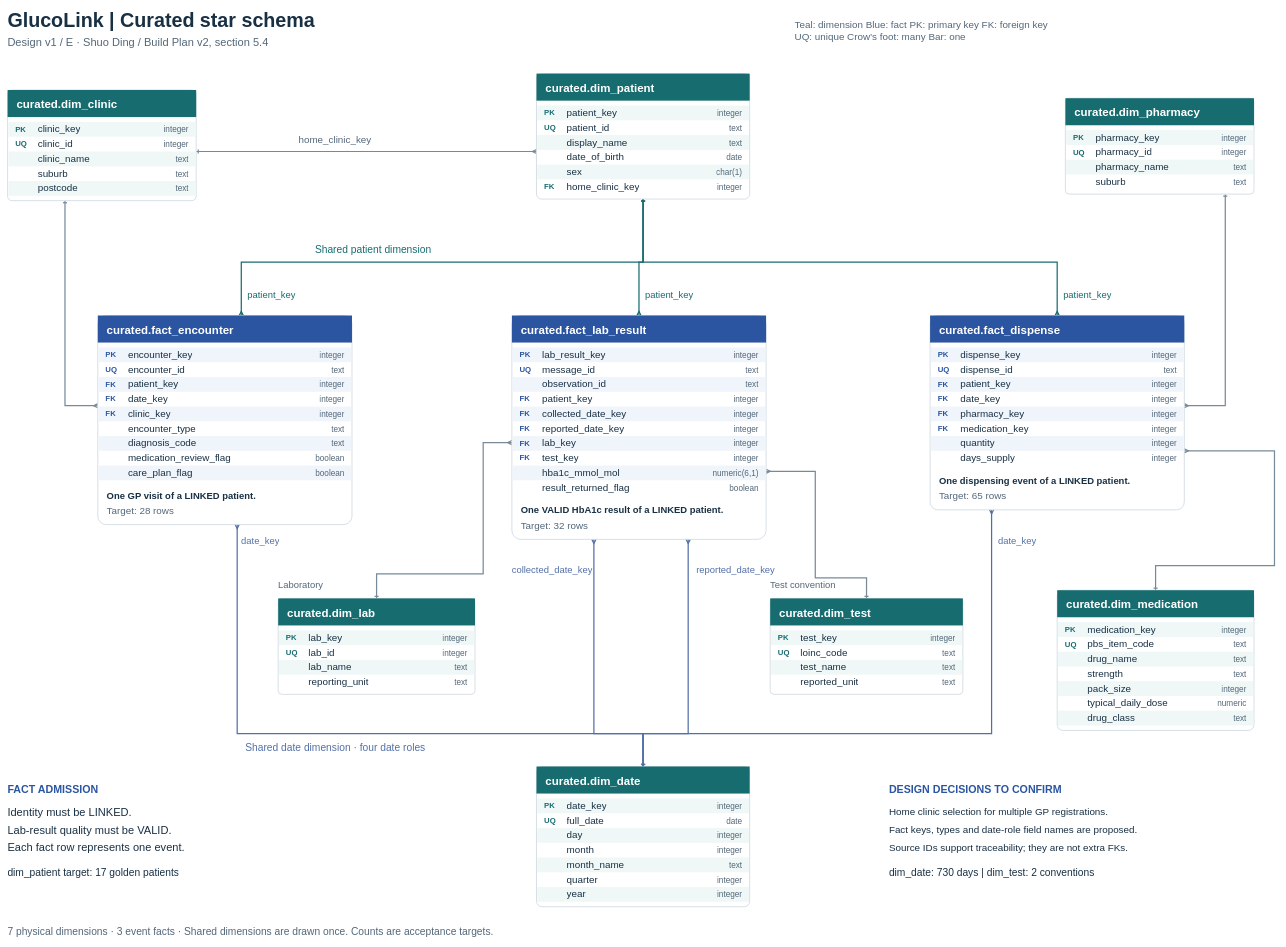
Above: docs/star_schema_v1.drawio in LyphardRover/glucolink-a2 (draw.io), before the change. Source tidied: cells renumbered, new cells numbered last; positions are measured from the earlier drawing's top-left corner, leaving out a move shared by most shapes. Both pictures are drawn from the tidied source at 41%, with x=0, y=0 at pixel (7, 7).
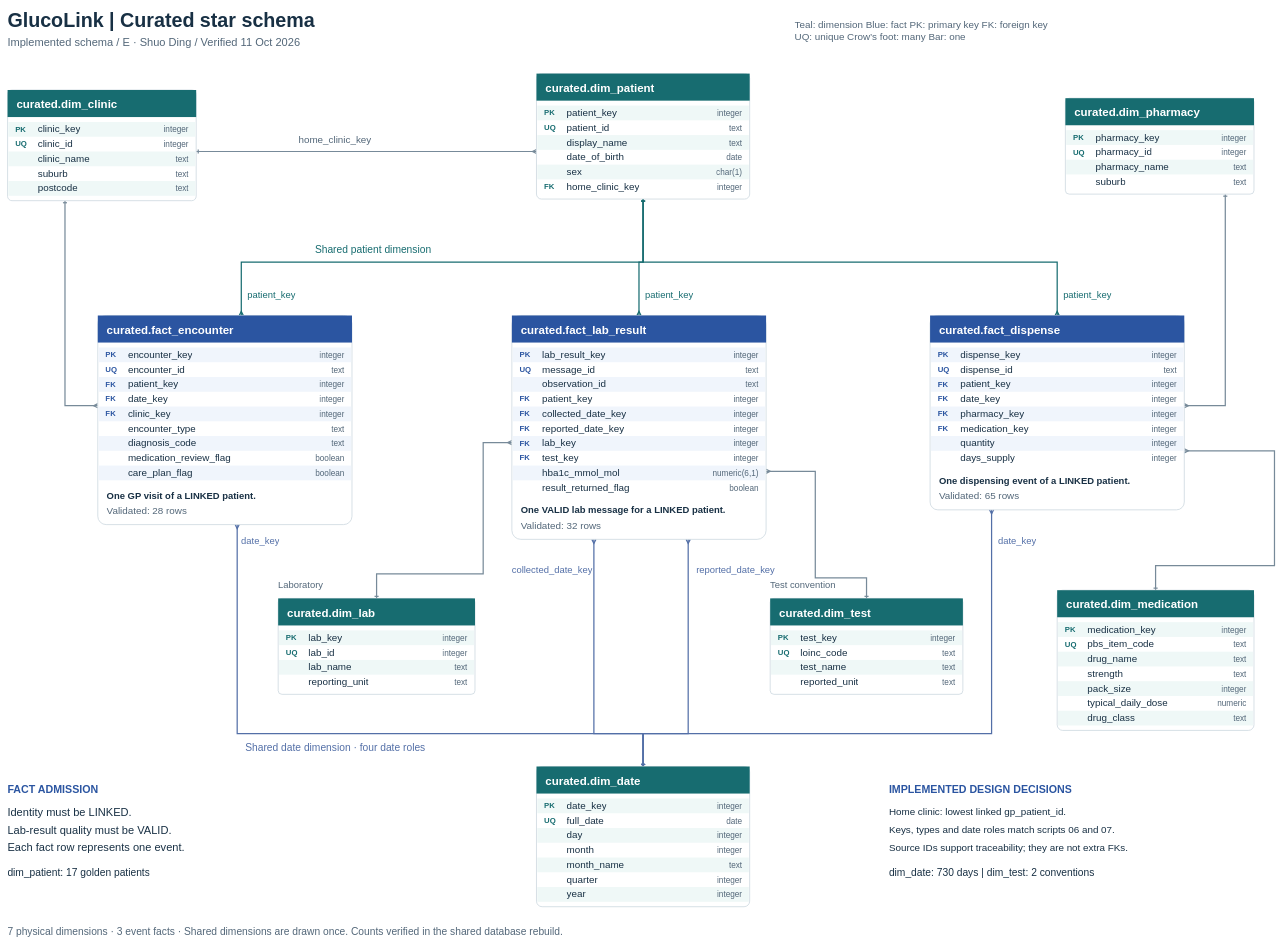
Above is the later version.

Commit message (it also covers changes not shown here):
docs(E): Align star schema diagram with the validated implementation

Unchanged cells that the change refers to:
```xml
<mxCell id="83" style="group;" parent="1" vertex="1">
  <mxGeometry x="220" y="752" width="620" height="510" as="geometry" />
</mxCell>
<mxCell id="121" style="group;" parent="1" vertex="1">
  <mxGeometry x="1230" y="752" width="620" height="546" as="geometry" />
</mxCell>
<mxCell id="162" style="group;" parent="1" vertex="1">
  <mxGeometry x="2250" y="752" width="620" height="474" as="geometry" />
</mxCell>
```

What changed in the source:
```diff
@@
-    <mxCell id="3" value="Design v1  /  E · Shuo Ding  /  Build Plan v2, section 5.4" style="text;html=0;whiteSpace=wrap;overflow=hidden;align=left;verticalAlign=middle;fontFamily=Arial;fontSize=27;fontColor=#536779;fontStyle=0;spacing=0;" parent="1" vertex="1">
+    <mxCell id="3" value="Implemented schema  /  E · Shuo Ding  /  Verified 11 Oct 2026" style="text;html=0;whiteSpace=wrap;overflow=hidden;align=left;verticalAlign=middle;fontFamily=Arial;fontSize=27;fontColor=#536779;fontStyle=0;spacing=0;" parent="1" vertex="1">
       <mxGeometry y="68" width="1800" height="38" as="geometry" />
     </mxCell>
@@
-    <mxCell id="120" value="Target: 28 rows" style="text;html=0;whiteSpace=wrap;overflow=hidden;align=left;verticalAlign=middle;fontFamily=Arial;fontSize=24;fontColor=#536779;fontStyle=0;spacing=0;" parent="83" vertex="1">
+    <mxCell id="120" value="Validated: 28 rows" style="text;html=0;whiteSpace=wrap;overflow=hidden;align=left;verticalAlign=middle;fontFamily=Arial;fontSize=24;fontColor=#536779;fontStyle=0;spacing=0;" parent="83" vertex="1">
       <mxGeometry x="22" y="459" width="576" height="36" as="geometry" />
     </mxCell>
@@
-    <mxCell id="160" value="One VALID HbA1c result of a LINKED patient." style="text;html=0;whiteSpace=wrap;overflow=hidden;align=left;verticalAlign=middle;fontFamily=Arial;fontSize=23;fontColor=#183044;fontStyle=1;spacing=0;" parent="121" vertex="1">
+    <mxCell id="160" value="One VALID lab message for a LINKED patient." style="text;html=0;whiteSpace=wrap;overflow=hidden;align=left;verticalAlign=middle;fontFamily=Arial;fontSize=23;fontColor=#183044;fontStyle=1;spacing=0;" parent="121" vertex="1">
       <mxGeometry x="22" y="456" width="576" height="38" as="geometry" />
     </mxCell>
-    <mxCell id="161" value="Target: 32 rows" style="text;html=0;whiteSpace=wrap;overflow=hidden;align=left;verticalAlign=middle;fontFamily=Arial;fontSize=24;fontColor=#536779;fontStyle=0;spacing=0;" parent="121" vertex="1">
+    <mxCell id="161" value="Validated: 32 rows" style="text;html=0;whiteSpace=wrap;overflow=hidden;align=left;verticalAlign=middle;fontFamily=Arial;fontSize=24;fontColor=#536779;fontStyle=0;spacing=0;" parent="121" vertex="1">
       <mxGeometry x="22" y="495" width="576" height="36" as="geometry" />
     </mxCell>
@@
-    <mxCell id="195" value="Target: 65 rows" style="text;html=0;whiteSpace=wrap;overflow=hidden;align=left;verticalAlign=middle;fontFamily=Arial;fontSize=24;fontColor=#536779;fontStyle=0;spacing=0;" parent="162" vertex="1">
+    <mxCell id="195" value="Validated: 65 rows" style="text;html=0;whiteSpace=wrap;overflow=hidden;align=left;verticalAlign=middle;fontFamily=Arial;fontSize=24;fontColor=#536779;fontStyle=0;spacing=0;" parent="162" vertex="1">
       <mxGeometry x="22" y="423" width="576" height="36" as="geometry" />
     </mxCell>
@@
-    <mxCell id="306" value="dim_patient target: 17 golden patients" style="text;html=0;whiteSpace=wrap;overflow=hidden;align=left;verticalAlign=middle;fontFamily=Arial;fontSize=25;fontColor=#183044;fontStyle=0;spacing=0;" parent="1" vertex="1">
+    <mxCell id="306" value="dim_patient: 17 golden patients" style="text;html=0;whiteSpace=wrap;overflow=hidden;align=left;verticalAlign=middle;fontFamily=Arial;fontSize=25;fontColor=#183044;fontStyle=0;spacing=0;" parent="1" vertex="1">
       <mxGeometry y="2087" width="940" height="44" as="geometry" />
     </mxCell>
-    <mxCell id="307" value="DESIGN DECISIONS TO CONFIRM" style="text;html=0;whiteSpace=wrap;overflow=hidden;align=left;verticalAlign=middle;fontFamily=Arial;fontSize=26;fontColor=#2B55A1;fontStyle=1;spacing=0;" parent="1" vertex="1">
+    <mxCell id="307" value="IMPLEMENTED DESIGN DECISIONS" style="text;html=0;whiteSpace=wrap;overflow=hidden;align=left;verticalAlign=middle;fontFamily=Arial;fontSize=26;fontColor=#2B55A1;fontStyle=1;spacing=0;" parent="1" vertex="1">
       <mxGeometry x="2150" y="1887" width="940" height="44" as="geometry" />
     </mxCell>
-    <mxCell id="308" value="Home clinic selection for multiple GP registrations." style="text;html=0;whiteSpace=wrap;overflow=hidden;align=left;verticalAlign=middle;fontFamily=Arial;fontSize=24;fontColor=#183044;fontStyle=0;spacing=0;" parent="1" vertex="1">
+    <mxCell id="308" value="Home clinic: lowest linked gp_patient_id." style="text;html=0;whiteSpace=wrap;overflow=hidden;align=left;verticalAlign=middle;fontFamily=Arial;fontSize=24;fontColor=#183044;fontStyle=0;spacing=0;" parent="1" vertex="1">
       <mxGeometry x="2150" y="1942" width="940" height="44" as="geometry" />
     </mxCell>
-    <mxCell id="309" value="Fact keys, types and date-role field names are proposed." style="text;html=0;whiteSpace=wrap;overflow=hidden;align=left;verticalAlign=middle;fontFamily=Arial;fontSize=24;fontColor=#183044;fontStyle=0;spacing=0;" parent="1" vertex="1">
+    <mxCell id="309" value="Keys, types and date roles match scripts 06 and 07." style="text;html=0;whiteSpace=wrap;overflow=hidden;align=left;verticalAlign=middle;fontFamily=Arial;fontSize=24;fontColor=#183044;fontStyle=0;spacing=0;" parent="1" vertex="1">
       <mxGeometry x="2150" y="1985" width="940" height="44" as="geometry" />
     </mxCell>
@@
-    <mxCell id="312" value="7 physical dimensions · 3 event facts · Shared dimensions are drawn once. Counts are acceptance targets." style="text;html=0;whiteSpace=wrap;overflow=hidden;align=left;verticalAlign=middle;fontFamily=Arial;fontSize=25;fontColor=#536779;fontStyle=0;spacing=0;" parent="1" vertex="1">
+    <mxCell id="312" value="7 physical dimensions · 3 event facts · Shared dimensions are drawn once. Counts verified in the shared database rebuild." style="text;html=0;whiteSpace=wrap;overflow=hidden;align=left;verticalAlign=middle;fontFamily=Arial;fontSize=25;fontColor=#536779;fontStyle=0;spacing=0;" parent="1" vertex="1">
       <mxGeometry y="2232" width="2940" height="44" as="geometry" />
     </mxCell>
```
